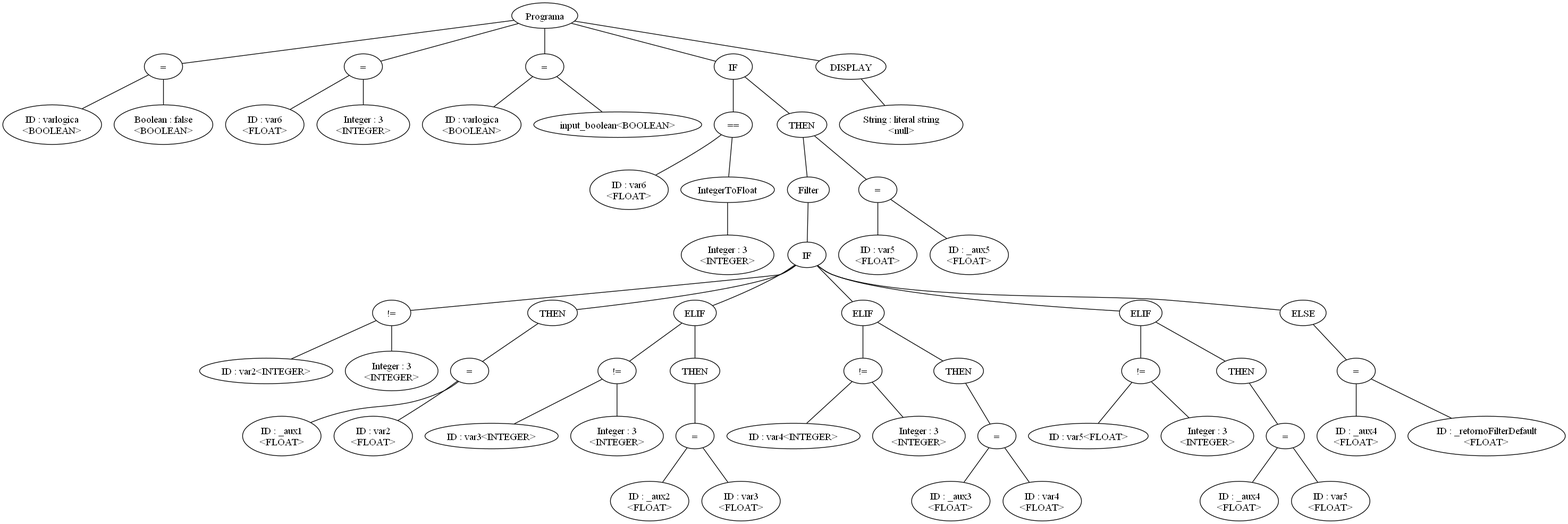
Above: arbol.png in leandroprios/compilador (Graphviz), before the change. Its source is kept beside it as arbol.dot.
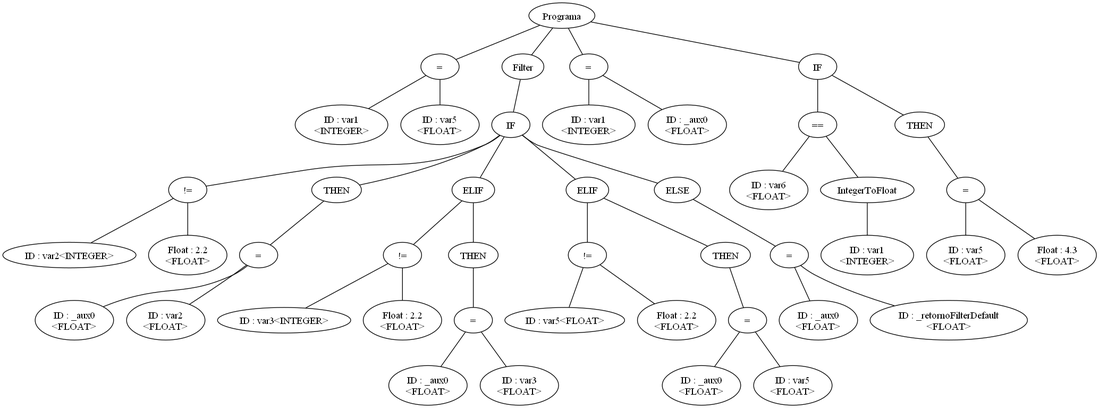
After the commit.

The edit, as a diff of the source:
```diff
@@ -1,116 +1,90 @@
-graph G {nodo_534634305[label="Programa"]
-nodo_346527874[label="="]
-nodo_534634305--nodo_346527874
-nodo_612598944[label="ID : varlogica\n<BOOLEAN>"]
-nodo_346527874--nodo_612598944
-nodo_245730528[label="Boolean : false\n<BOOLEAN>"]
-nodo_346527874--nodo_245730528
-nodo_2146663842[label="="]
-nodo_534634305--nodo_2146663842
-nodo_1463327062[label="ID : var6\n<FLOAT>"]
-nodo_2146663842--nodo_1463327062
-nodo_1864802709[label="Integer : 3\n<INTEGER>"]
-nodo_2146663842--nodo_1864802709
-nodo_1304879645[label="="]
-nodo_534634305--nodo_1304879645
-nodo_691837034[label="ID : varlogica\n<BOOLEAN>"]
-nodo_1304879645--nodo_691837034
-nodo_1304879645--nodo_987584050
-nodo_987584050[label="input_boolean<BOOLEAN>"]
-nodo_1621975797[label="IF"]
-nodo_534634305--nodo_1621975797
-nodo_436314871[label="=="]
-nodo_1621975797--nodo_436314871
-nodo_1471383061[label="ID : var6\n<FLOAT>"]
-nodo_436314871--nodo_1471383061
-nodo_126826007[label="IntegerToFloat"]
-nodo_436314871--nodo_126826007
-nodo_213800665[label="Integer : 3\n<INTEGER>"]
-nodo_126826007--nodo_213800665
-nodo_673622220[label="THEN"]
-nodo_1621975797--nodo_673622220
-nodo_1358423551[label="Filter"]
-nodo_673622220--nodo_1358423551
-nodo_775310968[label="IF"]
-nodo_1358423551--nodo_775310968
-nodo_1354817017[label="!="]
-nodo_775310968--nodo_1354817017
-nodo_826500609[label="ID : var2<INTEGER>"]
-nodo_1354817017--nodo_826500609
-nodo_1593095627[label="Integer : 3\n<INTEGER>"]
-nodo_1354817017--nodo_1593095627
-nodo_1591724543[label="THEN"]
-nodo_775310968--nodo_1591724543
-nodo_349460298[label="="]
-nodo_1591724543--nodo_349460298
-nodo_1041062079[label="ID : _aux1\n<FLOAT>"]
-nodo_349460298--nodo_1041062079
-nodo_1160570968[label="ID : var2\n<FLOAT>"]
-nodo_349460298--nodo_1160570968
-nodo_1812438883[label="ELIF"]
-nodo_775310968--nodo_1812438883
-nodo_1516239790[label="!="]
-nodo_1812438883--nodo_1516239790
-nodo_247699706[label="ID : var3<INTEGER>"]
-nodo_1516239790--nodo_247699706
-nodo_747626322[label="Integer : 3\n<INTEGER>"]
-nodo_1516239790--nodo_747626322
-nodo_295453102[label="THEN"]
-nodo_1812438883--nodo_295453102
-nodo_1493477254[label="="]
-nodo_295453102--nodo_1493477254
-nodo_1259532308[label="ID : _aux2\n<FLOAT>"]
-nodo_1493477254--nodo_1259532308
-nodo_422957931[label="ID : var3\n<FLOAT>"]
-nodo_1493477254--nodo_422957931
-nodo_2021553139[label="ELIF"]
-nodo_775310968--nodo_2021553139
-nodo_79348717[label="!="]
-nodo_2021553139--nodo_79348717
-nodo_1483997502[label="ID : var4<INTEGER>"]
-nodo_79348717--nodo_1483997502
-nodo_1877815248[label="Integer : 3\n<INTEGER>"]
-nodo_79348717--nodo_1877815248
-nodo_1219394533[label="THEN"]
-nodo_2021553139--nodo_1219394533
-nodo_913320691[label="="]
-nodo_1219394533--nodo_913320691
-nodo_1324724466[label="ID : _aux3\n<FLOAT>"]
-nodo_913320691--nodo_1324724466
-nodo_1214285139[label="ID : var4\n<FLOAT>"]
-nodo_913320691--nodo_1214285139
-nodo_360401642[label="ELIF"]
-nodo_775310968--nodo_360401642
-nodo_577494276[label="!="]
-nodo_360401642--nodo_577494276
-nodo_1106938779[label="ID : var5<FLOAT>"]
-nodo_577494276--nodo_1106938779
-nodo_234669290[label="Integer : 3\n<INTEGER>"]
-nodo_577494276--nodo_234669290
-nodo_1431558900[label="THEN"]
-nodo_360401642--nodo_1431558900
-nodo_1054905631[label="="]
-nodo_1431558900--nodo_1054905631
-nodo_726886155[label="ID : _aux4\n<FLOAT>"]
-nodo_1054905631--nodo_726886155
-nodo_1088630047[label="ID : var5\n<FLOAT>"]
-nodo_1054905631--nodo_1088630047
-nodo_1969447312[label="ELSE"]
-nodo_775310968--nodo_1969447312
-nodo_1194251956[label="="]
-nodo_1969447312--nodo_1194251956
-nodo_2012584549[label="ID : _aux4\n<FLOAT>"]
-nodo_1194251956--nodo_2012584549
-nodo_774359633[label="ID : _retornoFilterDefault\n<FLOAT>"]
-nodo_1194251956--nodo_774359633
-nodo_872576124[label="="]
-nodo_673622220--nodo_872576124
-nodo_86548286[label="ID : var5\n<FLOAT>"]
-nodo_872576124--nodo_86548286
-nodo_1591024460[label="ID : _aux5\n<FLOAT>"]
-nodo_872576124--nodo_1591024460
-nodo_1320167301[label="DISPLAY"]
-nodo_534634305--nodo_1320167301
-nodo_1765153723[label="String : literal string\n<null>"]
-nodo_1320167301--nodo_1765153723
+graph G {nodo_1964194068[label="Programa"]
+nodo_109623498[label="="]
+nodo_1964194068--nodo_109623498
+nodo_1881682100[label="ID : var1\n<INTEGER>"]
+nodo_109623498--nodo_1881682100
+nodo_1761928151[label="ID : var5\n<FLOAT>"]
+nodo_109623498--nodo_1761928151
+nodo_95661178[label="Filter"]
+nodo_1964194068--nodo_95661178
+nodo_1178471150[label="IF"]
+nodo_95661178--nodo_1178471150
+nodo_2007117581[label="!="]
+nodo_1178471150--nodo_2007117581
+nodo_972451957[label="ID : var2<INTEGER>"]
+nodo_2007117581--nodo_972451957
+nodo_566152013[label="Float : 2.2\n<FLOAT>"]
+nodo_2007117581--nodo_566152013
+nodo_1178471150--nodo_448321618
+nodo_448321618[label="THEN"]
+nodo_400678126[label="="]
+nodo_448321618--nodo_400678126
+nodo_1910326104[label="ID : _aux0\n<FLOAT>"]
+nodo_400678126--nodo_1910326104
+nodo_2074276046[label="ID : var2\n<FLOAT>"]
+nodo_400678126--nodo_2074276046
+nodo_747743316[label="ELIF"]
+nodo_1178471150--nodo_747743316
+nodo_898500484[label="!="]
+nodo_747743316--nodo_898500484
+nodo_777143790[label="ID : var3<INTEGER>"]
+nodo_898500484--nodo_777143790
+nodo_1117447274[label="Float : 2.2\n<FLOAT>"]
+nodo_898500484--nodo_1117447274
+nodo_747743316--nodo_98517171
+nodo_98517171[label="THEN"]
+nodo_1676158821[label="="]
+nodo_98517171--nodo_1676158821
+nodo_639614651[label="ID : _aux0\n<FLOAT>"]
+nodo_1676158821--nodo_639614651
+nodo_450818723[label="ID : var3\n<FLOAT>"]
+nodo_1676158821--nodo_450818723
+nodo_259189798[label="ELIF"]
+nodo_1178471150--nodo_259189798
+nodo_763568546[label="!="]
+nodo_259189798--nodo_763568546
+nodo_1991424207[label="ID : var5<FLOAT>"]
+nodo_763568546--nodo_1991424207
+nodo_462690128[label="Float : 2.2\n<FLOAT>"]
+nodo_763568546--nodo_462690128
+nodo_259189798--nodo_232128935
+nodo_232128935[label="THEN"]
+nodo_60808152[label="="]
+nodo_232128935--nodo_60808152
+nodo_933585976[label="ID : _aux0\n<FLOAT>"]
+nodo_60808152--nodo_933585976
+nodo_1412613827[label="ID : var5\n<FLOAT>"]
+nodo_60808152--nodo_1412613827
+nodo_1178471150--nodo_328007723
+nodo_328007723[label="ELSE"]
+nodo_1873245570[label="="]
+nodo_328007723--nodo_1873245570
+nodo_303772341[label="ID : _aux0\n<FLOAT>"]
+nodo_1873245570--nodo_303772341
+nodo_235081834[label="ID : _retornoFilterDefault\n<FLOAT>"]
+nodo_1873245570--nodo_235081834
+nodo_1288035255[label="="]
+nodo_1964194068--nodo_1288035255
+nodo_404405448[label="ID : var1\n<INTEGER>"]
+nodo_1288035255--nodo_404405448
+nodo_1398782948[label="ID : _aux0\n<FLOAT>"]
+nodo_1288035255--nodo_1398782948
+nodo_1162441125[label="IF"]
+nodo_1964194068--nodo_1162441125
+nodo_657658584[label="=="]
+nodo_1162441125--nodo_657658584
+nodo_1786906122[label="ID : var6\n<FLOAT>"]
+nodo_657658584--nodo_1786906122
+nodo_1152122917[label="IntegerToFloat"]
+nodo_657658584--nodo_1152122917
+nodo_1256625484[label="ID : var1\n<INTEGER>"]
+nodo_1152122917--nodo_1256625484
+nodo_1162441125--nodo_842917201
+nodo_842917201[label="THEN"]
+nodo_1971125018[label="="]
+nodo_842917201--nodo_1971125018
+nodo_255066601[label="ID : var5\n<FLOAT>"]
+nodo_1971125018--nodo_255066601
+nodo_733840642[label="Float : 4.3\n<FLOAT>"]
+nodo_1971125018--nodo_733840642
 }
```
